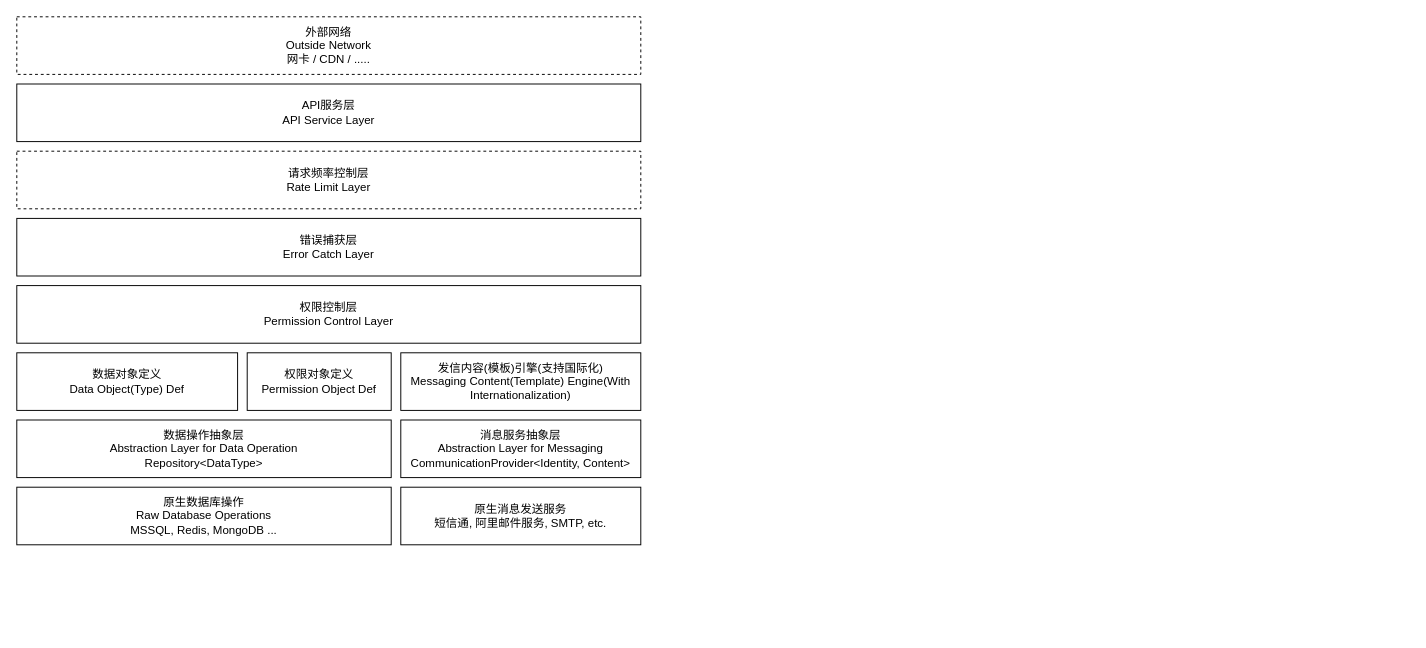
Earlier version of the draw.io diagram static/Source/System-Architecture.drawio (InteractivePlus/InteractiveSSO-DesignDoc). Source tidied: cells renumbered, new cells numbered last; positions are measured from the earlier drawing's top-left corner, leaving out a move shared by most shapes. Both pictures are drawn from the tidied source at 96%, with x=0, y=0 at pixel (16, 16).
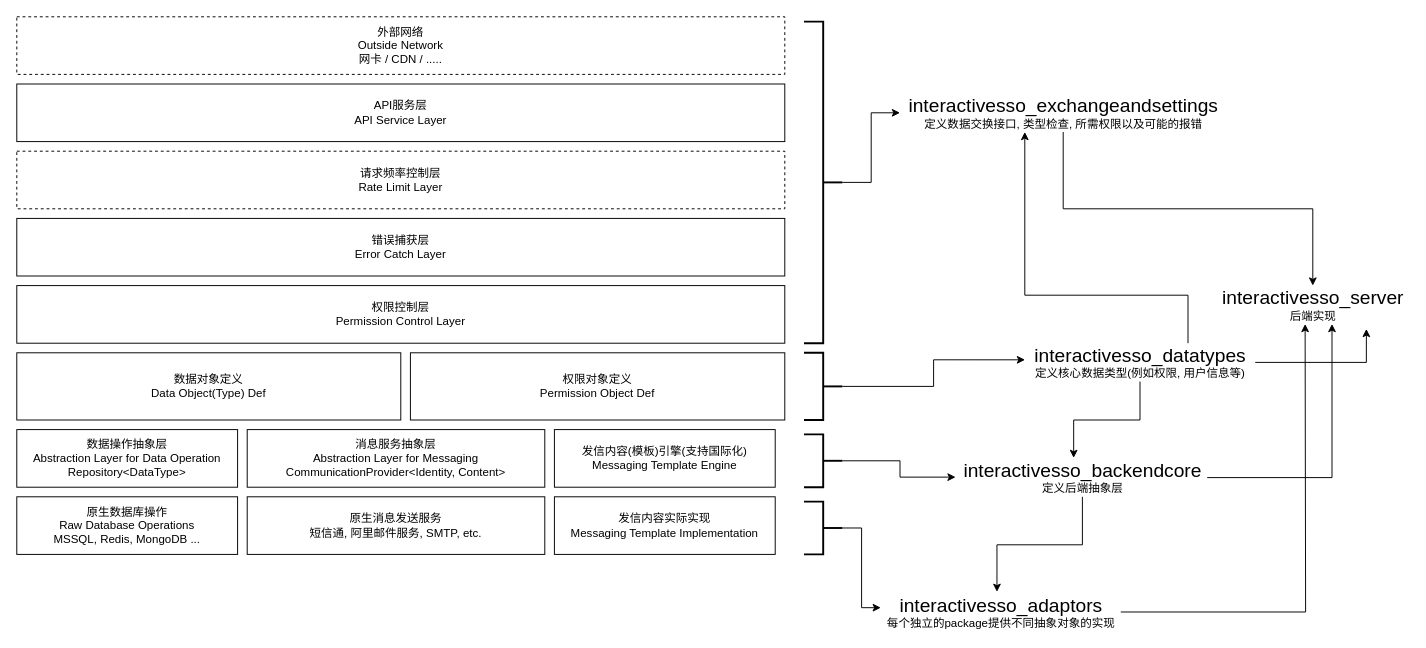
The same diagram, later.

The edit, as a diff of the source:
```diff
@@
     <mxCell id="2" value="&lt;div&gt;原生数据库操作&lt;/div&gt;&lt;div&gt;Raw Database Operations&lt;/div&gt;&lt;div&gt;MSSQL, Redis, MongoDB ...&lt;br&gt;&lt;/div&gt;" style="rounded=0;whiteSpace=wrap;html=1;" parent="1" vertex="1">
-      <mxGeometry y="490" width="390" height="60" as="geometry" />
+      <mxGeometry y="500" width="230" height="60" as="geometry" />
     </mxCell>
     <mxCell id="3" value="&lt;div&gt;原生消息发送服务&lt;/div&gt;&lt;div&gt;短信通, 阿里邮件服务, SMTP, etc.&lt;br&gt;&lt;/div&gt;" style="rounded=0;whiteSpace=wrap;html=1;" parent="1" vertex="1">
-      <mxGeometry x="400" y="490" width="250" height="60" as="geometry" />
+      <mxGeometry x="240" y="500" width="310" height="60" as="geometry" />
     </mxCell>
     <mxCell id="4" value="&lt;div&gt;数据操作抽象层&lt;/div&gt;&lt;div&gt;Abstraction Layer for Data Operation&lt;/div&gt;&lt;div&gt;Repository&amp;lt;DataType&amp;gt;&lt;br&gt;&lt;/div&gt;" style="rounded=0;whiteSpace=wrap;html=1;" parent="1" vertex="1">
-      <mxGeometry y="420" width="390" height="60" as="geometry" />
+      <mxGeometry y="430" width="230" height="60" as="geometry" />
     </mxCell>
     <mxCell id="5" value="&lt;div&gt;消息服务抽象层&lt;/div&gt;&lt;div&gt;Abstraction Layer for Messaging&lt;/div&gt;&lt;div&gt;CommunicationProvider&amp;lt;Identity, Content&amp;gt;&lt;br&gt;&lt;/div&gt;" style="rounded=0;whiteSpace=wrap;html=1;" parent="1" vertex="1">
-      <mxGeometry x="400" y="420" width="250" height="60" as="geometry" />
+      <mxGeometry x="240" y="430" width="310" height="60" as="geometry" />
     </mxCell>
     <mxCell id="6" value="&lt;div&gt;数据对象定义&lt;/div&gt;Data Object(Type) Def" style="rounded=0;whiteSpace=wrap;html=1;" parent="1" vertex="1">
-      <mxGeometry y="350" width="230" height="60" as="geometry" />
+      <mxGeometry y="350" width="400" height="70" as="geometry" />
     </mxCell>
-    <mxCell id="7" value="&lt;div&gt;发信内容(模板)引擎(支持国际化)&lt;/div&gt;&lt;div&gt;Messaging Content(Template) Engine(With Internationalization)&lt;br&gt;&lt;/div&gt;" style="rounded=0;whiteSpace=wrap;html=1;" parent="1" vertex="1">
-      <mxGeometry x="400" y="350" width="250" height="60" as="geometry" />
+    <mxCell id="7" value="&lt;div&gt;发信内容(模板)引擎(支持国际化)&lt;/div&gt;&lt;div&gt;Messaging Template Engine&lt;br&gt;&lt;/div&gt;" style="rounded=0;whiteSpace=wrap;html=1;" parent="1" vertex="1">
+      <mxGeometry x="560" y="430" width="230" height="60" as="geometry" />
     </mxCell>
     <mxCell id="8" value="&lt;div&gt;权限对象定义&lt;/div&gt;&lt;div&gt;Permission Object Def&lt;br&gt;&lt;/div&gt;" style="rounded=0;whiteSpace=wrap;html=1;" parent="1" vertex="1">
-      <mxGeometry x="240" y="350" width="150" height="60" as="geometry" />
+      <mxGeometry x="410" y="350" width="390" height="70" as="geometry" />
     </mxCell>
     <mxCell id="9" value="&lt;div&gt;权限控制层&lt;/div&gt;Permission Control Layer" style="rounded=0;whiteSpace=wrap;html=1;" parent="1" vertex="1">
-      <mxGeometry y="280" width="650" height="60" as="geometry" />
+      <mxGeometry y="280" width="800" height="60" as="geometry" />
     </mxCell>
     <mxCell id="10" value="&lt;div&gt;错误捕获层&lt;/div&gt;&lt;div&gt;Error Catch Layer&lt;br&gt;&lt;/div&gt;" style="rounded=0;whiteSpace=wrap;html=1;" parent="1" vertex="1">
-      <mxGeometry y="210" width="650" height="60" as="geometry" />
+      <mxGeometry y="210" width="800" height="60" as="geometry" />
     </mxCell>
     <mxCell id="11" value="&lt;div&gt;请求频率控制层&lt;br&gt;&lt;/div&gt;&lt;div&gt;Rate Limit Layer&lt;/div&gt;" style="rounded=0;whiteSpace=wrap;html=1;dashed=1;" parent="1" vertex="1">
-      <mxGeometry y="140" width="650" height="60" as="geometry" />
+      <mxGeometry y="140" width="800" height="60" as="geometry" />
     </mxCell>
     <mxCell id="12" value="&lt;div&gt;API服务层&lt;/div&gt;&lt;div&gt;API Service Layer&lt;br&gt;&lt;/div&gt;" style="rounded=0;whiteSpace=wrap;html=1;" parent="1" vertex="1">
-      <mxGeometry y="70" width="650" height="60" as="geometry" />
+      <mxGeometry y="70" width="800" height="60" as="geometry" />
     </mxCell>
     <mxCell id="13" value="&lt;div&gt;外部网络&lt;br&gt;&lt;/div&gt;&lt;div&gt;Outside Network&lt;/div&gt;&lt;div&gt;网卡 / CDN / .....&lt;br&gt;&lt;/div&gt;" style="rounded=0;whiteSpace=wrap;html=1;dashed=1;" parent="1" vertex="1">
-      <mxGeometry width="650" height="60" as="geometry" />
+      <mxGeometry width="800" height="60" as="geometry" />
     </mxCell>
+    <mxCell id="14" style="edgeStyle=orthogonalEdgeStyle;rounded=0;jettySize=auto;html=1;exitX=0;exitY=0.5;exitDx=0;exitDy=0;exitPerimeter=0;fontSize=20;" parent="1" edge="1" source="15" target="17">
+      <mxGeometry relative="1" as="geometry" />
+    </mxCell>
+    <mxCell id="15" style="strokeWidth=2;html=1;shape=mxgraph.flowchart.annotation_2;align=left;labelPosition=right;rotation=-180;" parent="1" vertex="1">
+      <mxGeometry x="820" y="5" width="40" height="335" as="geometry" />
+    </mxCell>
+    <mxCell id="16" style="edgeStyle=orthogonalEdgeStyle;rounded=0;jettySize=auto;html=1;fontSize=20;" parent="1" edge="1" source="17" target="34">
+      <mxGeometry relative="1" as="geometry" />
+    </mxCell>
+    <mxCell id="17" value="&lt;div&gt;&lt;font style=&quot;font-size: 20px&quot;&gt;interactivesso_exchangeandsettings&lt;/font&gt;&lt;/div&gt;定义数据交换接口, 类型检查, 所需权限以及可能的报错" style="text;html=1;align=center;verticalAlign=middle;points=[];fillColor=none;strokeColor=none;rounded=0;" parent="1" vertex="1">
+      <mxGeometry x="920" y="80" width="340" height="40" as="geometry" />
+    </mxCell>
+    <mxCell id="18" style="edgeStyle=orthogonalEdgeStyle;rounded=0;jettySize=auto;html=1;exitX=0;exitY=0.5;exitDx=0;exitDy=0;exitPerimeter=0;entryX=0.001;entryY=0.433;entryDx=0;entryDy=0;entryPerimeter=0;fontSize=20;" parent="1" edge="1" source="19" target="23">
+      <mxGeometry relative="1" as="geometry" />
+    </mxCell>
+    <mxCell id="19" style="strokeWidth=2;html=1;shape=mxgraph.flowchart.annotation_2;align=left;labelPosition=right;rotation=-180;" parent="1" vertex="1">
+      <mxGeometry x="820" y="350" width="40" height="70" as="geometry" />
+    </mxCell>
+    <mxCell id="20" style="edgeStyle=orthogonalEdgeStyle;rounded=0;jettySize=auto;html=1;entryX=0.465;entryY=-0.012;entryDx=0;entryDy=0;entryPerimeter=0;fontSize=20;" parent="1" edge="1" source="23" target="29">
+      <mxGeometry x="-0.33" relative="1" as="geometry" />
+    </mxCell>
+    <mxCell id="21" style="edgeStyle=orthogonalEdgeStyle;rounded=0;jettySize=auto;html=1;fontSize=20;" parent="1" edge="1" source="23" target="17">
+      <mxGeometry relative="1" as="geometry">
+        <Array as="points">
+          <mxPoint x="1220" y="290" />
+          <mxPoint x="1050" y="290" />
+        </Array>
+      </mxGeometry>
+    </mxCell>
+    <mxCell id="22" style="edgeStyle=orthogonalEdgeStyle;rounded=0;jettySize=auto;html=1;entryX=0.779;entryY=1.129;entryDx=0;entryDy=0;entryPerimeter=0;fontSize=20;" parent="1" edge="1" source="23" target="34">
+      <mxGeometry x="0.54" y="-14" relative="1" as="geometry">
+        <Array as="points">
+          <mxPoint x="1406" y="360" />
+        </Array>
+      </mxGeometry>
+    </mxCell>
+    <mxCell id="23" value="&lt;div&gt;&lt;font style=&quot;font-size: 20px&quot;&gt;interactivesso_datatypes&lt;/font&gt;&lt;/div&gt;定义核心数据类型(例如权限, 用户信息等)" style="text;html=1;align=center;verticalAlign=middle;points=[];fillColor=none;strokeColor=none;rounded=0;" parent="1" vertex="1">
+      <mxGeometry x="1050" y="340" width="240" height="40" as="geometry" />
+    </mxCell>
+    <mxCell id="24" value="&lt;div&gt;发信内容实际实现&lt;/div&gt;&lt;div&gt;Messaging Template Implementation&lt;br&gt;&lt;/div&gt;" style="rounded=0;whiteSpace=wrap;html=1;" parent="1" vertex="1">
+      <mxGeometry x="560" y="500" width="230" height="60" as="geometry" />
+    </mxCell>
+    <mxCell id="25" style="edgeStyle=orthogonalEdgeStyle;rounded=0;jettySize=auto;html=1;exitX=0;exitY=0.5;exitDx=0;exitDy=0;exitPerimeter=0;entryX=-0.008;entryY=0.488;entryDx=0;entryDy=0;entryPerimeter=0;fontSize=20;" parent="1" edge="1" source="26" target="29">
+      <mxGeometry relative="1" as="geometry" />
+    </mxCell>
+    <mxCell id="26" style="strokeWidth=2;html=1;shape=mxgraph.flowchart.annotation_2;align=left;labelPosition=right;rotation=-180;" parent="1" vertex="1">
+      <mxGeometry x="820" y="435" width="40" height="55" as="geometry" />
+    </mxCell>
+    <mxCell id="27" style="edgeStyle=orthogonalEdgeStyle;rounded=0;jettySize=auto;html=1;entryX=0.484;entryY=-0.025;entryDx=0;entryDy=0;entryPerimeter=0;fontSize=20;" parent="1" edge="1" source="29" target="33">
+      <mxGeometry relative="1" as="geometry" />
+    </mxCell>
+    <mxCell id="28" style="edgeStyle=orthogonalEdgeStyle;rounded=0;jettySize=auto;html=1;fontSize=20;entryX=0.6;entryY=1;entryDx=0;entryDy=0;entryPerimeter=0;" parent="1" edge="1" source="29" target="34">
+      <mxGeometry x="0.03" y="-30" relative="1" as="geometry" />
+    </mxCell>
+    <mxCell id="29" value="&lt;div&gt;&lt;font style=&quot;font-size: 20px&quot;&gt;interactivesso_backendcore&lt;/font&gt;&lt;/div&gt;定义后端抽象层" style="text;html=1;align=center;verticalAlign=middle;points=[];fillColor=none;strokeColor=none;rounded=0;" parent="1" vertex="1">
+      <mxGeometry x="980" y="460" width="260" height="40" as="geometry" />
+    </mxCell>
+    <mxCell id="30" style="edgeStyle=orthogonalEdgeStyle;rounded=0;jettySize=auto;html=1;exitX=0;exitY=0.5;exitDx=0;exitDy=0;exitPerimeter=0;entryX=0;entryY=0.388;entryDx=0;entryDy=0;entryPerimeter=0;fontSize=20;" parent="1" edge="1" source="31" target="33">
+      <mxGeometry relative="1" as="geometry" />
+    </mxCell>
+    <mxCell id="31" style="strokeWidth=2;html=1;shape=mxgraph.flowchart.annotation_2;align=left;labelPosition=right;rotation=-180;" parent="1" vertex="1">
+      <mxGeometry x="820" y="505" width="40" height="55" as="geometry" />
+    </mxCell>
+    <mxCell id="32" style="edgeStyle=orthogonalEdgeStyle;rounded=0;jettySize=auto;html=1;fontSize=20;" parent="1" edge="1" source="33">
+      <mxGeometry relative="1" as="geometry">
+        <mxPoint x="1342" y="320" as="targetPoint" />
+      </mxGeometry>
+    </mxCell>
+    <mxCell id="33" value="&lt;div&gt;&lt;font style=&quot;font-size: 20px&quot;&gt;interactivesso_adaptors&lt;/font&gt;&lt;/div&gt;每个独立的package提供不同抽象对象的实现" style="text;html=1;align=center;verticalAlign=middle;points=[];fillColor=none;strokeColor=none;rounded=0;" parent="1" vertex="1">
+      <mxGeometry x="900" y="600" width="250" height="40" as="geometry" />
+    </mxCell>
+    <mxCell id="34" value="&lt;div&gt;&lt;font style=&quot;font-size: 20px&quot;&gt;interactivesso_server&lt;/font&gt;&lt;/div&gt;后端实现" style="text;html=1;align=center;verticalAlign=middle;points=[];fillColor=none;strokeColor=none;rounded=0;" parent="1" vertex="1">
+      <mxGeometry x="1250" y="280" width="200" height="40" as="geometry" />
+    </mxCell>
```
